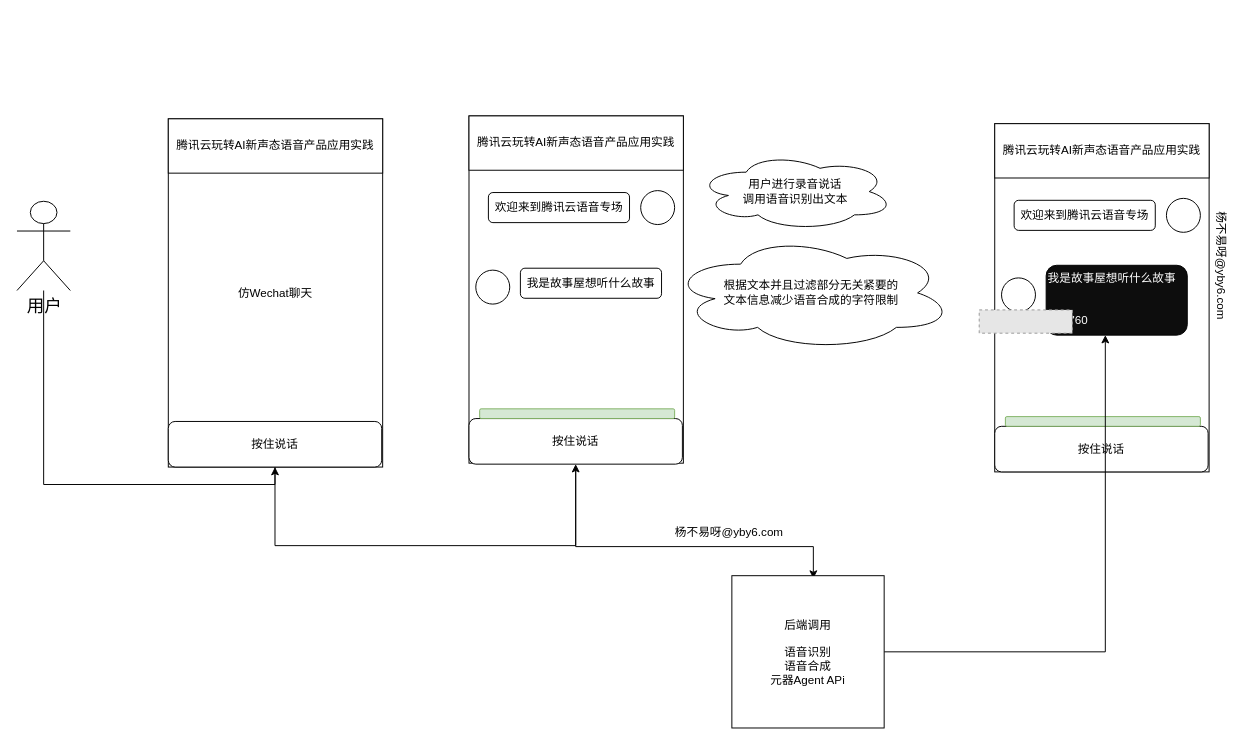
This is 玩转AI语音智能体.drawio from yangbuyiya/yangbuyi-blog-images, a draw.io file, before an edit. Source tidied: cells renumbered, new cells numbered last; positions are measured from the earlier drawing's top-left corner, leaving out a move shared by most shapes. Both pictures are drawn from the tidied source at 97%, with x=0, y=0 at pixel (16, 115). Pictures stored in the file or linked from it are replaced by grey dashed boxes.
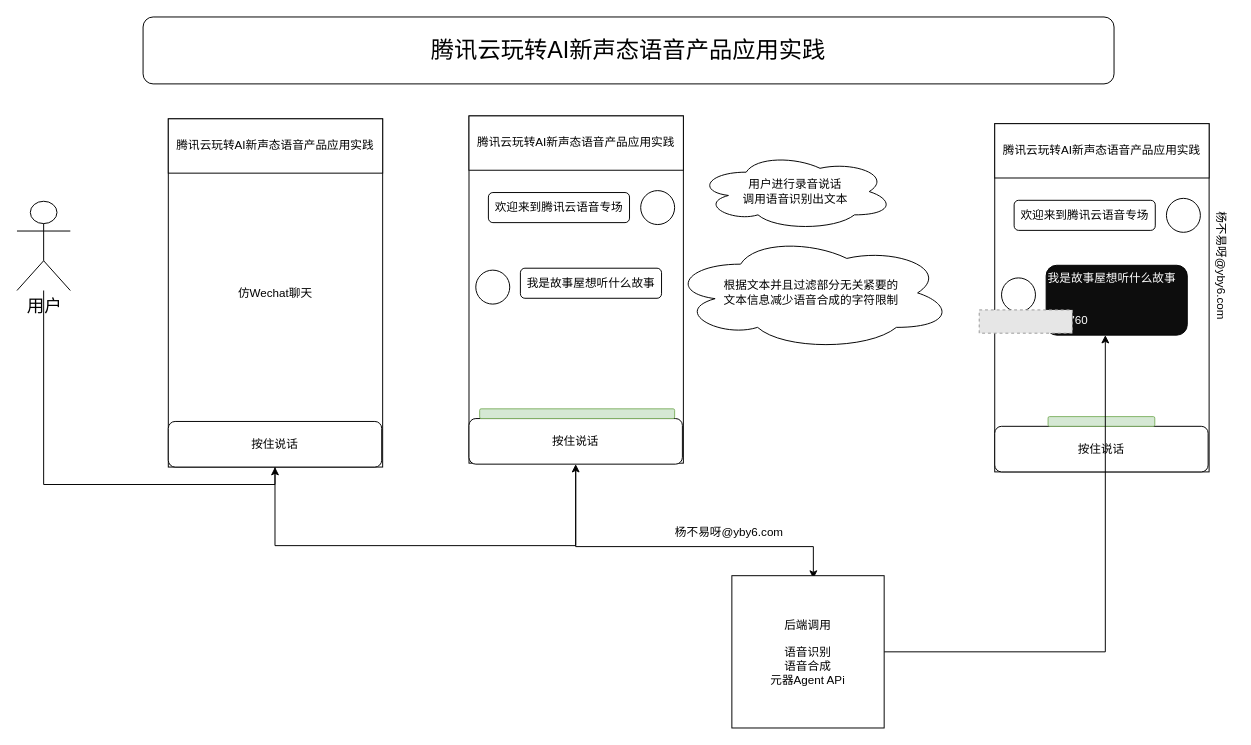
Above is the later version.

Commit message:
更新玩转AI语音智能体.drawio

The edit, as a diff of the source:
```diff
@@
     <mxCell id="26" style="rounded=1;whiteSpace=wrap;html=1;labelBackgroundColor=#00FF00;labelBorderColor=none;fillColor=#d5e8d4;strokeColor=#82b366;" parent="1" vertex="1">
-      <mxGeometry x="1019" y="310" width="201" height="10" as="geometry" />
+      <mxGeometry x="1063" y="310" width="110" height="10" as="geometry" />
     </mxCell>
@@
+    <mxCell id="32" value="&lt;font style=&quot;font-size: 24px;&quot;&gt;腾讯云玩转AI新声态语音产品应用实践&lt;/font&gt;" style="rounded=1;whiteSpace=wrap;html=1;" parent="1" vertex="1">
+      <mxGeometry x="130" y="-102" width="1001" height="69" as="geometry" />
+    </mxCell>
```
